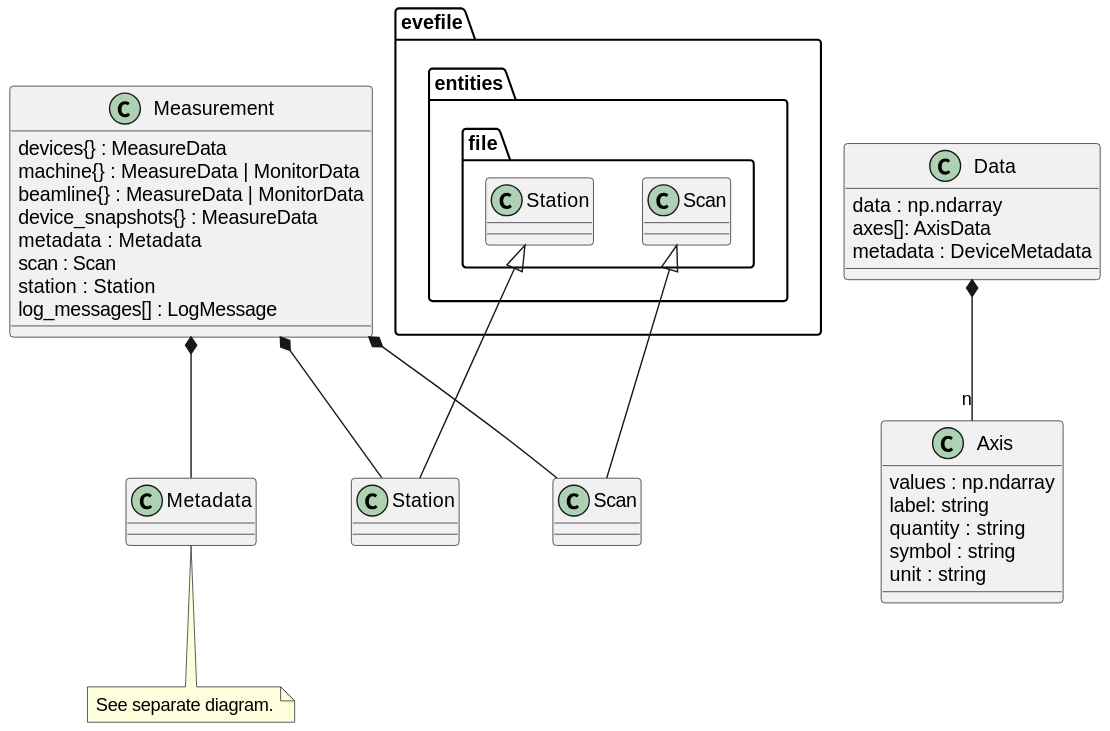
Above: docs/uml/evedata.measurement.entities.measurement.svg in tillbiskup/evedata (PlantUML), before the change.
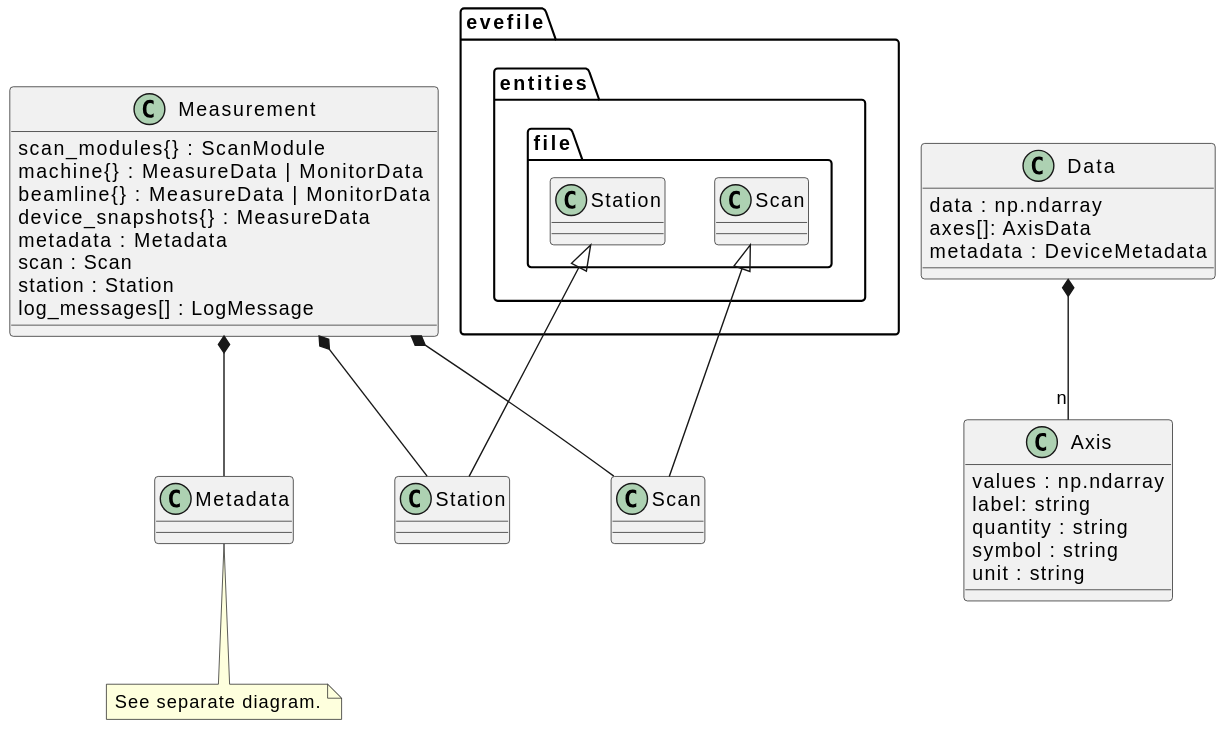
After the change.

Diff of the diagram source:
```diff
@@ -1,7 +1,7 @@
 @startuml
 
 class Measurement {
-    devices{} : MeasureData
+    scan_modules{} : ScanModule
     machine{} : MeasureData | MonitorData
     beamline{} : MeasureData | MonitorData
     device_snapshots{} : MeasureData
```
